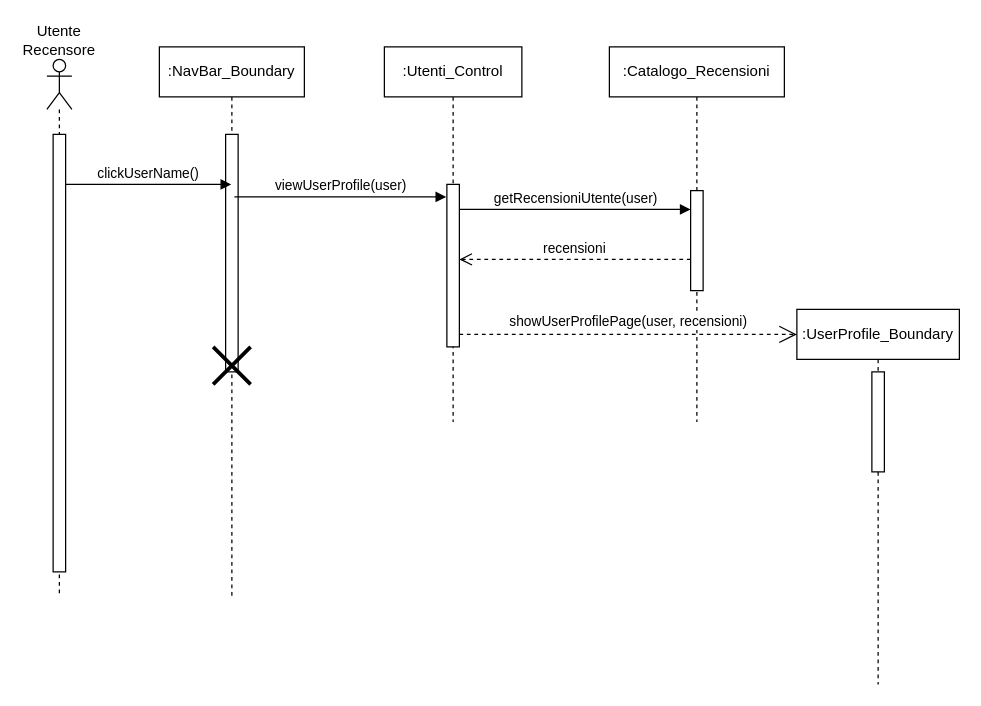
superfra01/Rated keeps this draw.io diagram as New Diagrams/Sequence Diagrams/UC11 Visualizzazione profilo personale.drawio. Above is the earlier version. Source tidied: cells renumbered, new cells numbered last; positions are measured from the earlier drawing's top-left corner, leaving out a move shared by most shapes. Both pictures are drawn from the tidied source at 125%, with x=0, y=0 at pixel (21, 21).
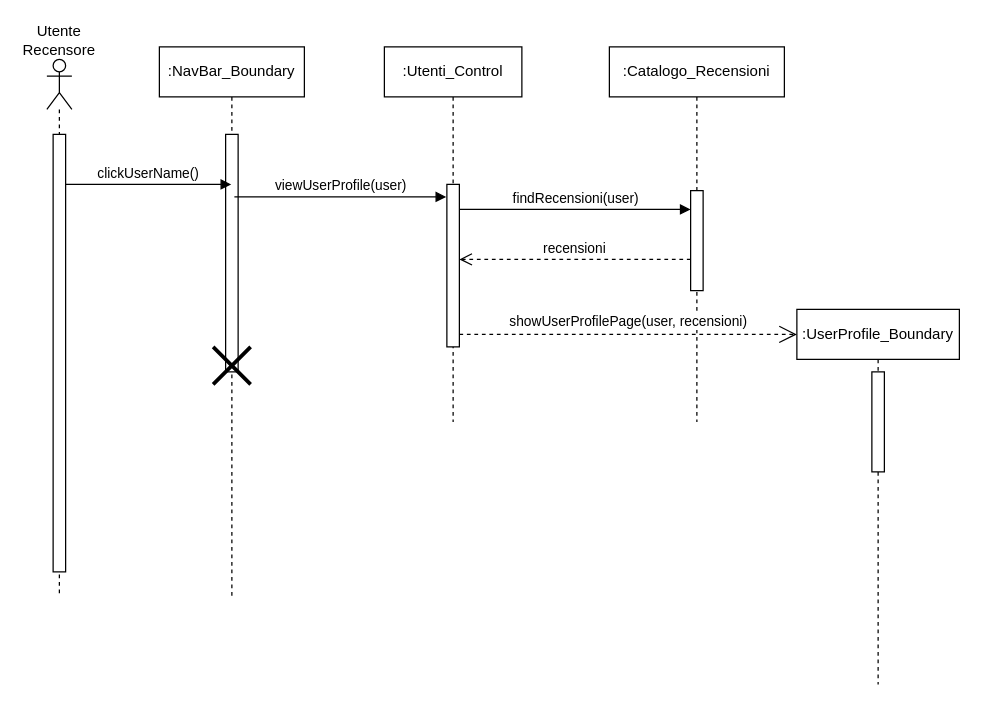
After the change.

Unchanged cells that the change refers to:
```xml
<mxCell id="12" style="html=1;points=[[0,0,0,0,5],[0,1,0,0,-5],[1,0,0,0,5],[1,1,0,0,-5]];perimeter=orthogonalPerimeter;outlineConnect=0;targetShapes=umlLifeline;portConstraint=eastwest;newEdgeStyle={&quot;curved&quot;:0,&quot;rounded&quot;:0};" parent="11" vertex="1">
  <mxGeometry x="65" y="115" width="10" height="80" as="geometry" />
</mxCell>
```

Change to the diagram source:
```diff
@@
-    <mxCell id="13" value="getRecensioniUtente(user)" style="html=1;verticalAlign=bottom;endArrow=block;curved=0;rounded=0;" parent="1" edge="1" target="12">
+    <mxCell id="13" value="findRecensioni(user)" style="html=1;verticalAlign=bottom;endArrow=block;curved=0;rounded=0;" parent="1" edge="1" target="12">
       <mxGeometry relative="1" as="geometry">
         <mxPoint x="350" y="150" as="sourcePoint" />
       </mxGeometry>
     </mxCell>
```
